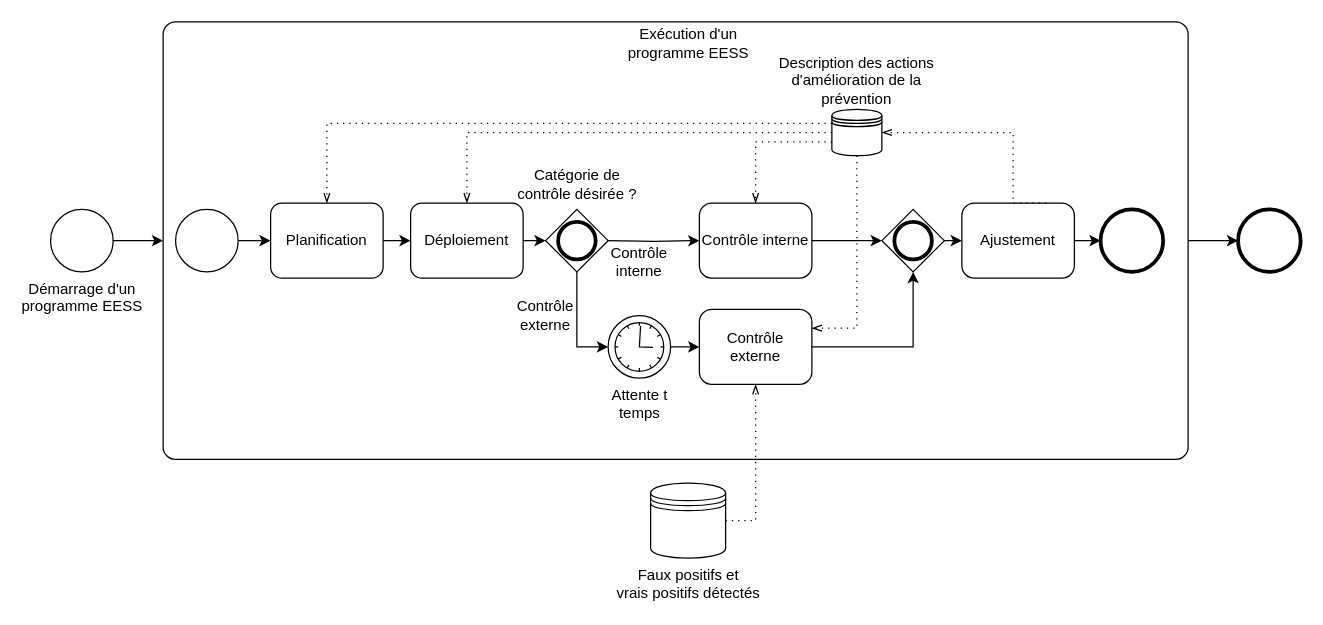
The draw.io diagram contribution/prevention_continue.drawio in netmme/cyber-diagramme-d-activites, before the edit. Source tidied: cells renumbered, new cells numbered last; positions are measured from the earlier drawing's top-left corner, leaving out a move shared by most shapes. Both pictures are drawn from the tidied source at 125%, with x=0, y=0 at pixel (50, 21).
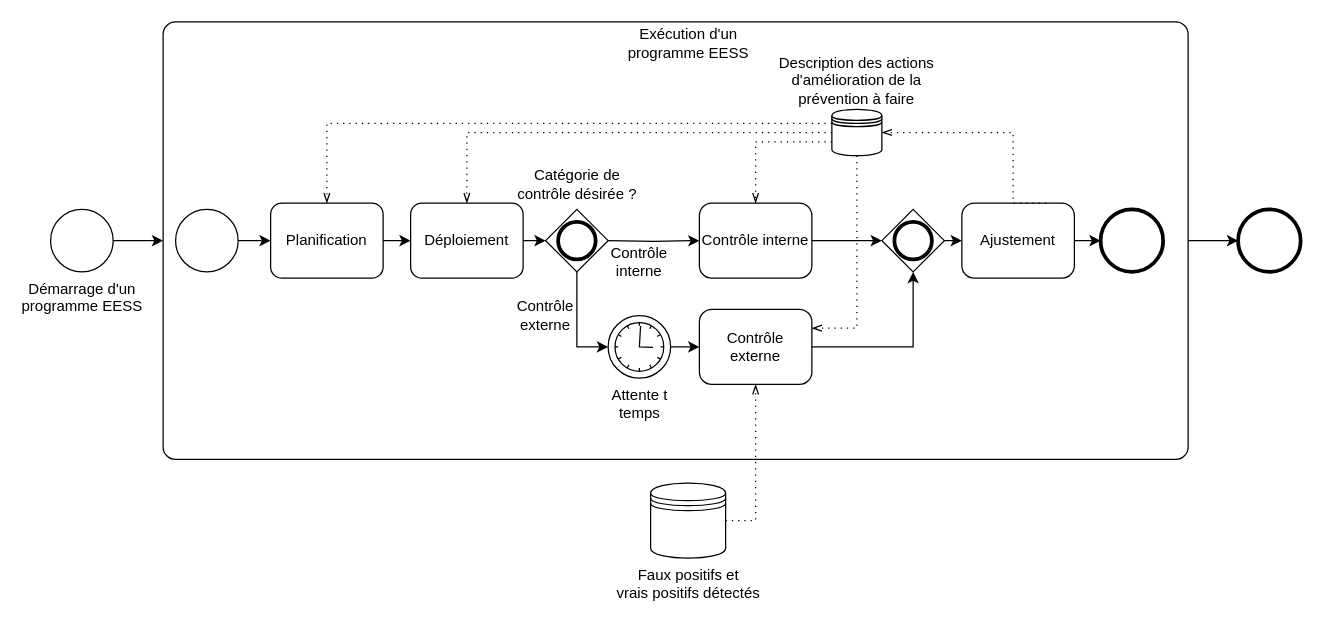
The same diagram, later.

Change to the diagram source:
```diff
@@
-    <mxCell id="38" value="Description des actions d'amélioration de la prévention" style="text;html=1;strokeColor=none;fillColor=none;align=center;verticalAlign=middle;whiteSpace=wrap;rounded=0;" parent="1" vertex="1">
+    <mxCell id="38" value="Description des actions d'amélioration de la prévention à faire" style="text;html=1;strokeColor=none;fillColor=none;align=center;verticalAlign=middle;whiteSpace=wrap;rounded=0;" parent="1" vertex="1">
       <mxGeometry x="580" y="32" width="130" height="30" as="geometry" />
     </mxCell>
```
